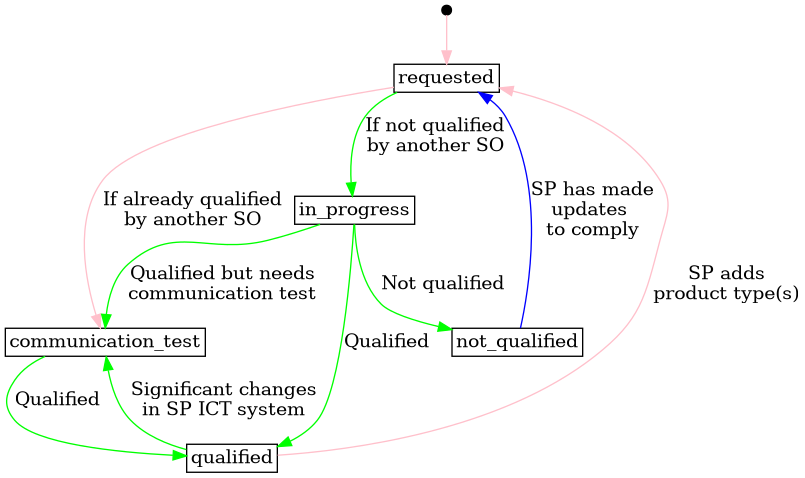
This is docs/diagrams/service_provider_product_application_status.png from elhub/flex-information-system, a PlantUML export, as it was before one commit. Its source is kept beside it as docs/diagrams/service_provider_product_application_status.plantuml. Its diagram source:
```plantuml
@startdot service_provider_product_application_status
digraph G {
    layout=dot;
    overlap=false;

    node [shape=rect,width=0.1,height=0.1,margin=0.04];

    start [shape=point];

    // status
    requested;
    communication_test;
    in_progress;
    qualified;
    not_qualified


    start -> requested [label="", color="pink"];
    requested-> communication_test [label="If already qualified\nby another SO", color="pink"];
    requested -> in_progress [label="If not qualified\nby another SO", color="green"];
    in_progress -> communication_test [label="Qualified but needs\ncommunication test", color="green"];
    in_progress -> not_qualified [label="Not qualified", color="green"];
    in_progress -> qualified [label="Qualified", color="green"];
    communication_test -> qualified [label="Qualified", color="green"];
    qualified -> communication_test [label="Significant changes\nin SP ICT system", color="green"];
    not_qualified -> requested [label="SP has made\nupdates \nto comply", color="blue"];
    qualified -> requested [label="SP adds\nproduct type(s)", color="pink"];
}
@enddot
```
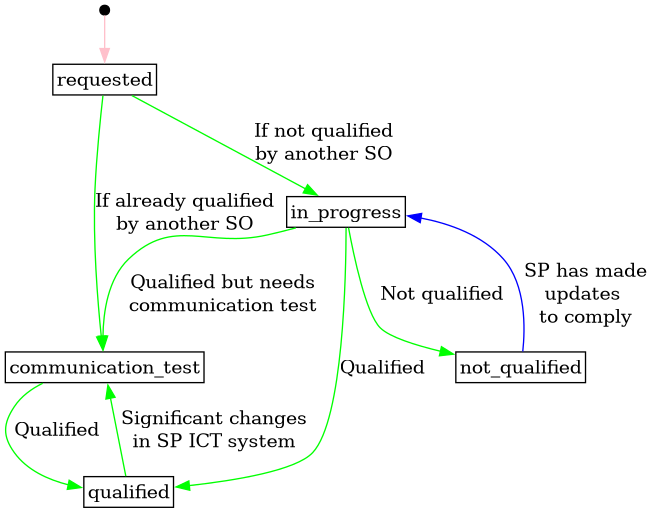
Later version of the same file.

Commit message:
feat: remove automated status updates on SPPA (FLEX-556)

The edit, as a diff of the source:
```diff
@@ -16,14 +16,13 @@
 
 
     start -> requested [label="", color="pink"];
-    requested-> communication_test [label="If already qualified\nby another SO", color="pink"];
+    requested-> communication_test [label="If already qualified\nby another SO", color="green"];
     requested -> in_progress [label="If not qualified\nby another SO", color="green"];
     in_progress -> communication_test [label="Qualified but needs\ncommunication test", color="green"];
     in_progress -> not_qualified [label="Not qualified", color="green"];
     in_progress -> qualified [label="Qualified", color="green"];
     communication_test -> qualified [label="Qualified", color="green"];
     qualified -> communication_test [label="Significant changes\nin SP ICT system", color="green"];
-    not_qualified -> requested [label="SP has made\nupdates \nto comply", color="blue"];
-    qualified -> requested [label="SP adds\nproduct type(s)", color="pink"];
+    not_qualified -> in_progress [label="SP has made\nupdates \nto comply", color="blue"];
 }
 @enddot
```
